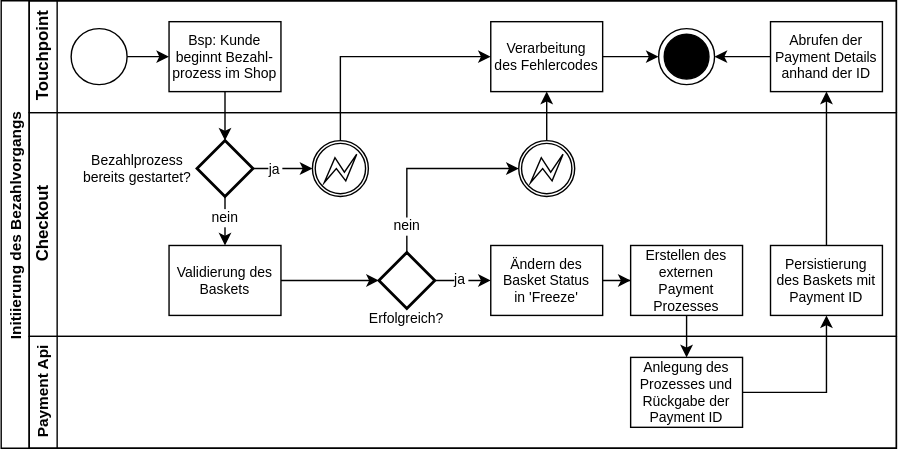
Earlier version of the draw.io export svg/SL InitPayment.svg (Thalmaier/bachelor-thesis). Source tidied: cells renumbered, new cells last; positions are measured from the earlier drawing's top-left corner, leaving out a move shared by most shapes.
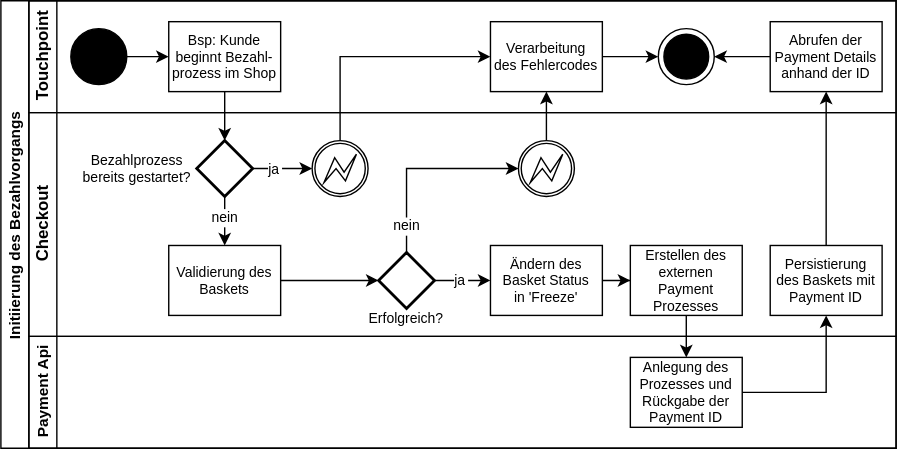
Later version of the same file.

Change to the diagram source:
```diff
@@ -11,7 +11,7 @@
     <mxCell id="4" style="edgeStyle=orthogonalEdgeStyle;rounded=0;jettySize=auto;html=1;fontColor=#000000;strokeColor=#000000;" parent="3" edge="1" source="5" target="6">
       <mxGeometry relative="1" as="geometry" />
     </mxCell>
-    <mxCell id="5" style="ellipse;whiteSpace=wrap;html=1;fontColor=#000000;strokeColor=#000000;fillColor=#FFFFFF;" parent="3" vertex="1">
+    <mxCell id="5" style="ellipse;whiteSpace=wrap;html=1;fontColor=#000000;strokeColor=#000000;fillColor=#000000;" parent="3" vertex="1">
       <mxGeometry x="30" y="20" width="40" height="40" as="geometry" />
     </mxCell>
     <mxCell id="6" value="Bsp: Kunde&#10;beginnt Bezahl-&#10;prozess im Shop" style="rounded=0;fontFamily=Helvetica;fontSize=10;fontColor=#000000;align=center;strokeColor=#000000;fillColor=#FFFFFF;" parent="3" vertex="1">
```
